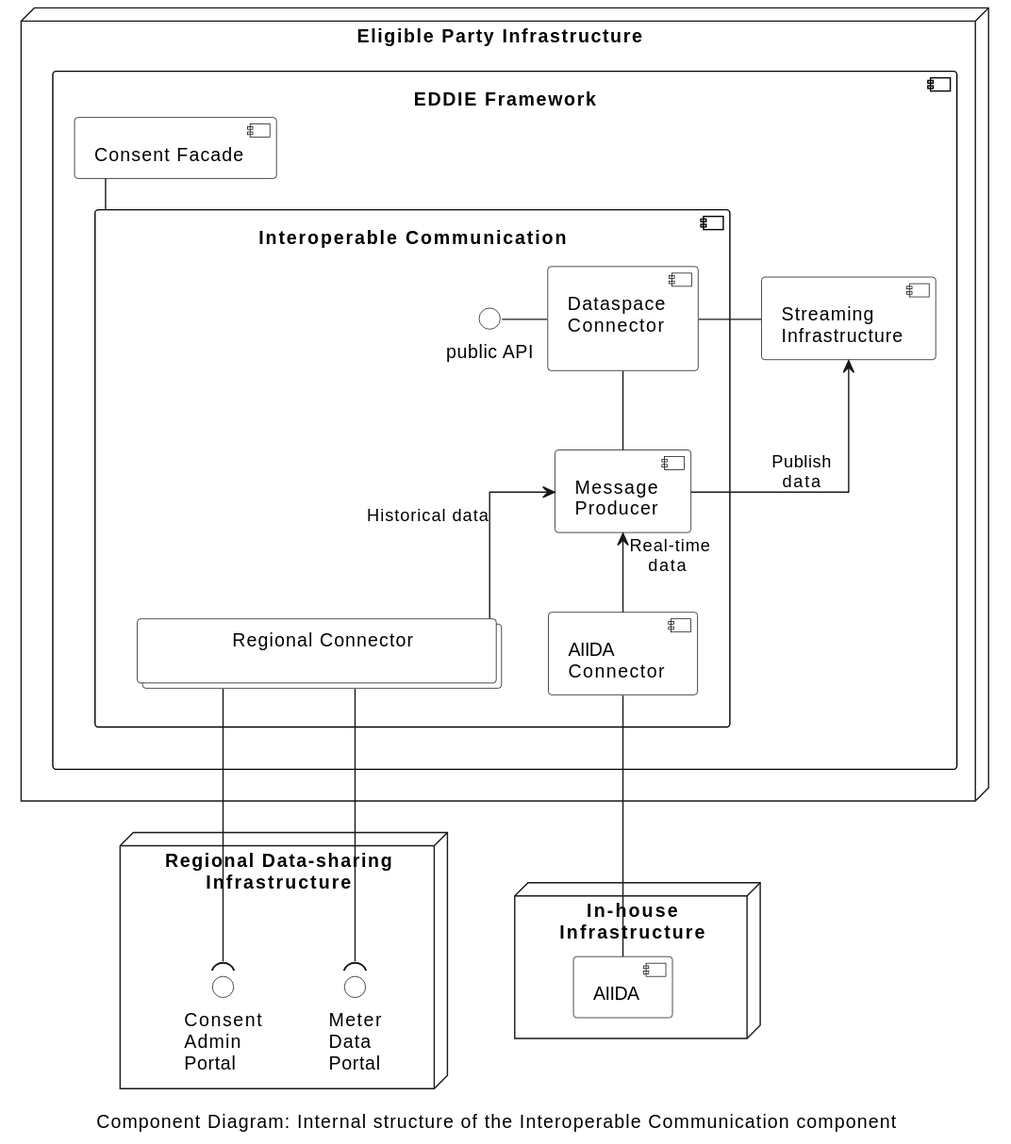
This is arc42/05-building-block-view/components/components/interoperable-comm/figures/inter-comm-dataspace.svg from eddie-energy/architecture, a PlantUML export, as it was before one commit. Its diagram source:
```plantuml
@startuml inter-comm-dataspace
caption Component Diagram: Internal structure of the Interoperable Communication component

skinparam linetype ortho
skinparam interface {
  backgroundColor transparent
  borderColor black
}
skinparam component{
  BorderColor black
  BackgroundColor transparent
}
skinparam collections{
  BorderColor black
  BackgroundColor white
}
skinparam database{
  BorderColor black
  BackgroundColor transparent
}
skinparam rectangle{
  BorderColor transparent
  BackgroundColor transparent
  FontColor transparent
}
node "Eligible Party Infrastructure"  as epInfra{
  component "EDDIE Framework" as eddie {
  component "Consent Facade" as consentFacade
  component "Interoperable Communication" as comm {
    collections "\t\tRegional Connector\t\t\n" as regCon
    component "AIIDA\nConnector" as regConAIIDA
    component "Message\nProducer" as messageProducer
    component "Dataspace\nConnector\n" as dataspaceConnector
    interface "public API" as dataspaceAPI

    regCon -up-> messageProducer : Historical data
    regConAIIDA -up-> messageProducer : "\n Real-time\ndata"
    dataspaceConnector -left- dataspaceAPI
    dataspaceConnector -down- messageProducer
  }
  component "Streaming\nInfrastructure" as streaming

  consentFacade -down- comm
  messageProducer -up-> streaming : Publish\ndata
  dataspaceConnector -right- streaming
  }
}
node "Regional Data-sharing\nInfrastructure" as energyProvider{
  interface "Meter\nData\nPortal" as dataPortal
  interface "Consent\nAdmin\nPortal" as adminPortal
}

node "In-house\nInfrastructure" {
  component "AIIDA" as aiida
}

regCon -down-( dataPortal
regCon -down-( adminPortal
regConAIIDA -down- aiida





@enduml
```
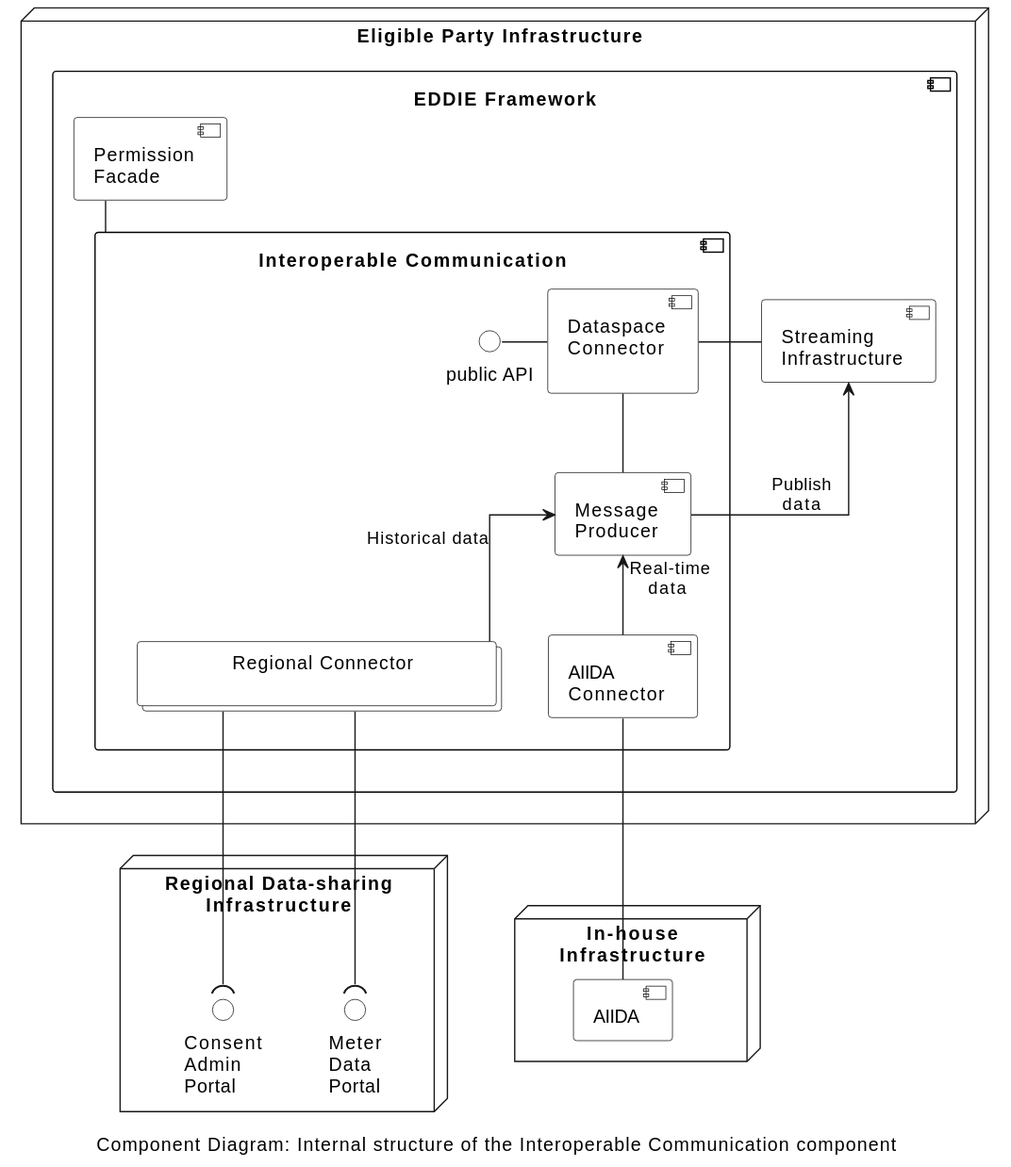
The same diagram one commit later.

The edit, as a diff of the source:
```diff
@@ -25,7 +25,7 @@
 }
 node "Eligible Party Infrastructure"  as epInfra{
   component "EDDIE Framework" as eddie {
-  component "Consent Facade" as consentFacade
+  component "Permission\nFacade" as consentFacade
   component "Interoperable Communication" as comm {
     collections "\t\tRegional Connector\t\t\n" as regCon
     component "AIIDA\nConnector" as regConAIIDA
```
